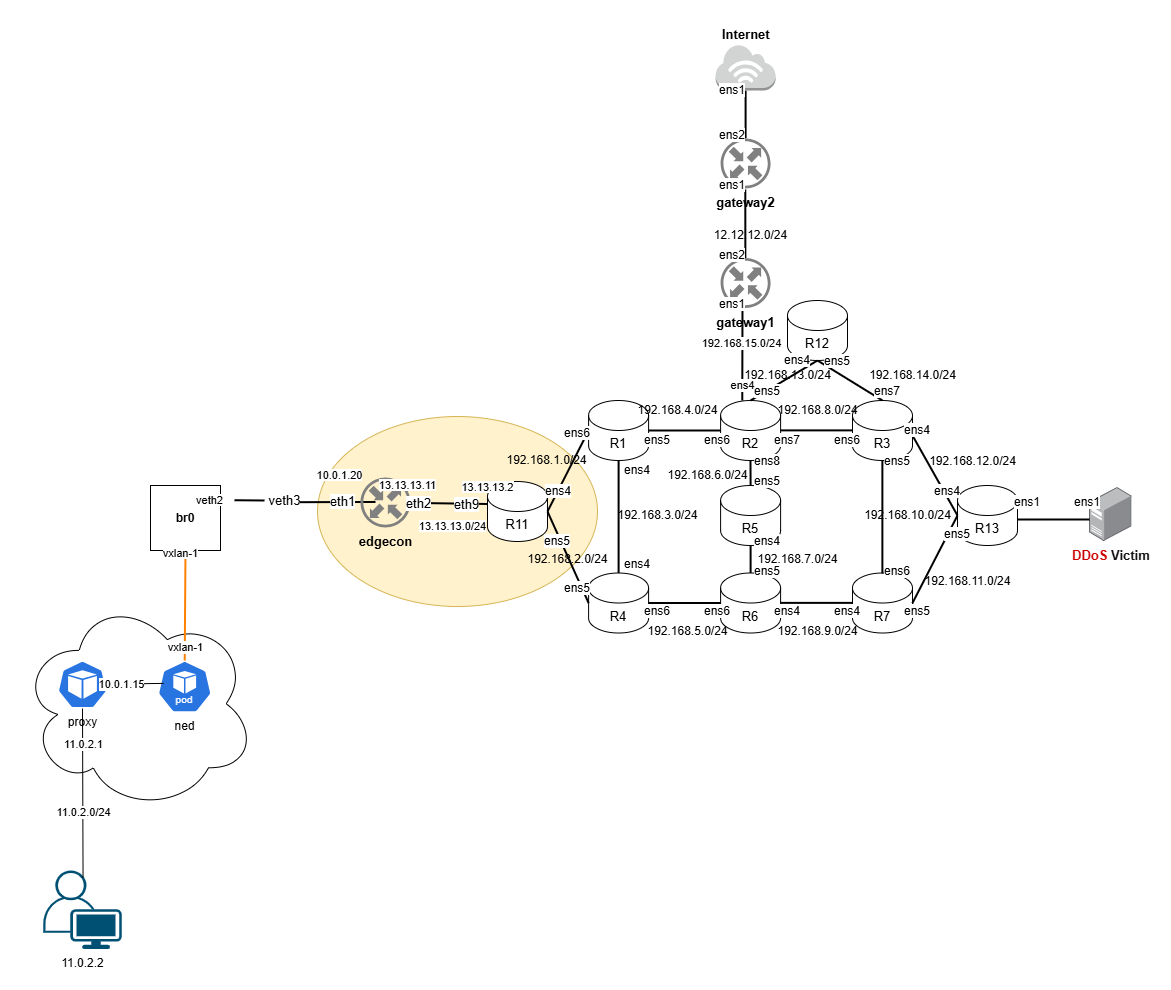
The draw.io diagram deployment-kne/mouseworld_topology/topology.png in Mouseworld-Lab/NDT-EDGE, before a commit. Source tidied: cells renumbered, new cells last; positions are measured from the earlier drawing's top-left corner, leaving out a move shared by most shapes.
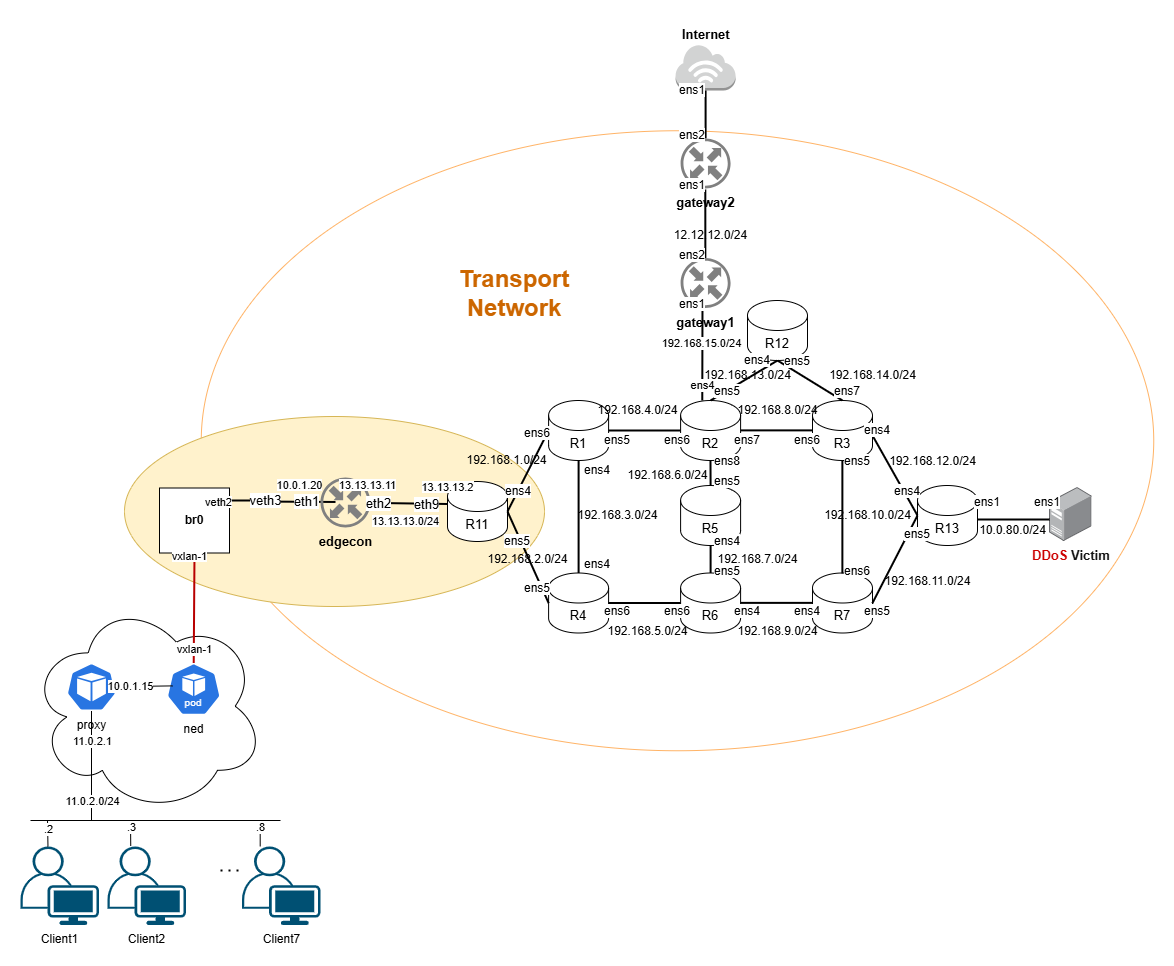
Later version of the same file.

Diff of the diagram source:
```diff
@@ -2,6 +2,18 @@
   <root>
     <mxCell id="0" />
     <mxCell id="1" parent="0" />
+    <mxCell id="118" style="ellipse;whiteSpace=wrap;html=1;strokeColor=#FFB366;" parent="1" vertex="1">
+      <mxGeometry x="220.8" y="110.2" width="952.5" height="620" as="geometry" />
+    </mxCell>
+    <mxCell id="5" style="ellipse;whiteSpace=wrap;html=1;fillColor=#fff2cc;strokeColor=#d6b656;" parent="1" vertex="1">
+      <mxGeometry x="144" y="396" width="420" height="190" as="geometry" />
+    </mxCell>
+    <mxCell id="117" style="endArrow=none;html=1;rounded=0;strokeColor=default;align=center;verticalAlign=middle;fontFamily=Helvetica;fontSize=13;fontColor=default;labelBackgroundColor=default;strokeWidth=2;fontStyle=0;endFill=0;" parent="1" edge="1">
+      <mxGeometry relative="1" as="geometry">
+        <mxPoint x="235" y="480" as="sourcePoint" />
+        <mxPoint x="274" y="480" as="targetPoint" />
+      </mxGeometry>
+    </mxCell>
     <mxCell id="2" value="&lt;font color=&quot;#cc0000&quot;&gt;&lt;span&gt;DDoS&lt;/span&gt;&lt;/font&gt;&lt;font color=&quot;#141414&quot;&gt;&lt;span&gt; Victim&lt;br&gt;&lt;/span&gt;&lt;/font&gt;" style="text;whiteSpace=wrap;html=1;fontSize=13;fontStyle=1;" parent="1" vertex="1">
       <mxGeometry x="1050.3" y="521" width="80" height="40" as="geometry" />
     </mxCell>
@@ -11,14 +23,11 @@
     <mxCell id="4" value="&lt;span style=&quot;background-color: light-dark(#ffffff, var(--ge-dark-color, #121212));&quot;&gt;ens1&lt;/span&gt;" style="text;html=1;align=center;verticalAlign=middle;whiteSpace=wrap;rounded=0;" parent="1" vertex="1">
       <mxGeometry x="1037" y="467" width="60" height="30" as="geometry" />
     </mxCell>
-    <mxCell id="5" style="ellipse;whiteSpace=wrap;html=1;fillColor=#fff2cc;strokeColor=#d6b656;" parent="1" vertex="1">
-      <mxGeometry x="297" y="396" width="280" height="190" as="geometry" />
-    </mxCell>
     <mxCell id="6" value="&lt;b&gt;br0&lt;/b&gt;" style="rounded=0;whiteSpace=wrap;html=1;" parent="1" vertex="1">
-      <mxGeometry x="130" y="465" width="70" height="65" as="geometry" />
+      <mxGeometry x="179" y="467.5" width="70" height="65" as="geometry" />
     </mxCell>
     <mxCell id="7" style="ellipse;shape=cloud;whiteSpace=wrap;html=1;" parent="1" vertex="1">
-      <mxGeometry y="576.5" width="235" height="213.5" as="geometry" />
+      <mxGeometry x="49" y="579" width="235" height="213.5" as="geometry" />
     </mxCell>
     <mxCell id="8" value="R13" style="shape=cylinder3;whiteSpace=wrap;html=1;boundedLbl=1;backgroundOutline=1;size=15;fontSize=13;fontStyle=0;" parent="1" vertex="1">
       <mxGeometry x="937" y="465" width="60" height="60" as="geometry" />
@@ -237,10 +246,10 @@
       <mxGeometry x="712" y="340" width="110" height="30" as="geometry" />
     </mxCell>
     <mxCell id="74" value="ned" style="sketch=0;html=1;dashed=0;whitespace=wrap;verticalLabelPosition=bottom;verticalAlign=top;fillColor=#2875E2;strokeColor=#ffffff;points=[[0.005,0.63,0],[0.1,0.2,0],[0.9,0.2,0],[0.5,0,0],[0.995,0.63,0],[0.72,0.99,0],[0.5,1,0],[0.28,0.99,0]];shape=mxgraph.kubernetes.icon2;kubernetesLabel=1;prIcon=pod;" parent="1" vertex="1">
-      <mxGeometry x="137" y="640" width="54.4" height="52.2" as="geometry" />
+      <mxGeometry x="186" y="642.5" width="54.4" height="52.2" as="geometry" />
     </mxCell>
     <mxCell id="75" value="proxy" style="sketch=0;html=1;dashed=0;whitespace=wrap;verticalLabelPosition=bottom;verticalAlign=top;fillColor=#2875E2;strokeColor=#ffffff;points=[[0.005,0.63,0],[0.1,0.2,0],[0.9,0.2,0],[0.5,0,0],[0.995,0.63,0],[0.72,0.99,0],[0.5,1,0],[0.28,0.99,0]];shape=mxgraph.kubernetes.icon2;prIcon=pod;" parent="1" vertex="1">
-      <mxGeometry x="37" y="640" width="50" height="48" as="geometry" />
+      <mxGeometry x="86" y="642.5" width="50" height="48" as="geometry" />
     </mxCell>
     <mxCell id="76" style="endArrow=none;html=1;rounded=0;entryX=0.114;entryY=0.438;entryDx=0;entryDy=0;entryPerimeter=0;" parent="1" edge="1" source="75" target="74">
       <mxGeometry relative="1" as="geometry" />
@@ -248,36 +257,39 @@
     <mxCell id="77" value="10.0.1.15" style="edgeLabel;html=1;align=center;verticalAlign=middle;" parent="76" vertex="1">
       <mxGeometry x="-0.5" relative="1" as="geometry" />
     </mxCell>
-    <mxCell id="78" value="11.0.2.2" style="points=[[0.35,0,0],[0.98,0.51,0],[1,0.71,0],[0.67,1,0],[0,0.795,0],[0,0.65,0]];verticalLabelPosition=bottom;sketch=0;html=1;verticalAlign=top;align=center;shape=mxgraph.cisco19.user;fillColor=#005073;strokeColor=none;" parent="1" vertex="1">
-      <mxGeometry x="22.8" y="850" width="78.5" height="78.5" as="geometry" />
-    </mxCell>
-    <mxCell id="79" style="endArrow=none;html=1;rounded=0;exitX=0.507;exitY=0.092;exitDx=0;exitDy=0;exitPerimeter=0;entryX=0.5;entryY=1;entryDx=0;entryDy=0;entryPerimeter=0;" parent="1" edge="1" source="78" target="75">
-      <mxGeometry relative="1" as="geometry" />
+    <mxCell id="79" style="endArrow=none;html=1;rounded=0;entryX=0.5;entryY=1;entryDx=0;entryDy=0;entryPerimeter=0;" parent="1" edge="1" target="75">
+      <mxGeometry relative="1" as="geometry">
+        <mxPoint x="111" y="800" as="sourcePoint" />
+      </mxGeometry>
     </mxCell>
     <mxCell id="80" value="11.0.2.0/24" style="edgeLabel;html=1;align=center;verticalAlign=middle;" parent="79" vertex="1">
-      <mxGeometry x="-0.23" relative="1" as="geometry" />
+      <mxGeometry x="-0.23" relative="1" as="geometry">
+        <mxPoint y="22" as="offset" />
+      </mxGeometry>
     </mxCell>
     <mxCell id="81" value="11.0.2.1" style="edgeLabel;html=1;align=center;verticalAlign=middle;" parent="79" vertex="1">
-      <mxGeometry x="0.58" relative="1" as="geometry" />
+      <mxGeometry x="0.58" relative="1" as="geometry">
+        <mxPoint y="7" as="offset" />
+      </mxGeometry>
     </mxCell>
-    <mxCell id="82" style="endArrow=none;html=1;rounded=0;exitX=1;exitY=0.25;exitDx=0;exitDy=0;strokeColor=default;strokeWidth=2;align=center;verticalAlign=middle;fontFamily=Helvetica;fontSize=13;fontColor=default;fontStyle=0;labelBackgroundColor=default;endFill=0;" parent="1" edge="1">
+    <mxCell id="82" style="endArrow=none;html=1;rounded=0;strokeColor=default;strokeWidth=2;align=center;verticalAlign=middle;fontFamily=Helvetica;fontSize=13;fontColor=default;fontStyle=0;labelBackgroundColor=default;endFill=0;" parent="1" edge="1">
       <mxGeometry relative="1" as="geometry">
-        <mxPoint x="266" y="481.7" as="sourcePoint" />
+        <mxPoint x="274" y="481" as="sourcePoint" />
         <mxPoint x="355" y="481.5" as="targetPoint" />
       </mxGeometry>
     </mxCell>
-    <mxCell id="83" value="veth3" style="edgeLabel;html=1;align=center;verticalAlign=middle;rounded=0;strokeColor=default;strokeWidth=2;fontFamily=Helvetica;fontSize=13;fontColor=default;fontStyle=0;labelBackgroundColor=default;" parent="82" vertex="1">
-      <mxGeometry x="0.64" relative="1" as="geometry">
-        <mxPoint x="-75" y="-2" as="offset" />
-      </mxGeometry>
-    </mxCell>
     <mxCell id="84" style="edgeLabel;html=1;align=center;verticalAlign=middle;rounded=0;strokeColor=default;strokeWidth=2;fontFamily=Helvetica;fontSize=13;fontColor=default;fontStyle=0;labelBackgroundColor=default;" parent="82" vertex="1">
       <mxGeometry x="0.47" y="1" relative="1" as="geometry" />
     </mxCell>
     <mxCell id="85" value="&lt;span style=&quot;font-size: 13px;&quot;&gt;eth1&lt;/span&gt;" style="edgeLabel;html=1;align=center;verticalAlign=middle;" parent="82" vertex="1">
       <mxGeometry x="0.25" y="1" relative="1" as="geometry" />
     </mxCell>
+    <mxCell id="83" value="veth3" style="edgeLabel;html=1;align=center;verticalAlign=middle;rounded=0;strokeColor=default;strokeWidth=2;fontFamily=Helvetica;fontSize=13;fontColor=default;fontStyle=0;labelBackgroundColor=default;" parent="82" vertex="1">
+      <mxGeometry x="0.64" relative="1" as="geometry">
+        <mxPoint x="-56" y="-2" as="offset" />
+      </mxGeometry>
+    </mxCell>
-    <mxCell id="86" style="endArrow=none;html=1;rounded=0;exitX=0.5;exitY=0;exitDx=0;exitDy=0;exitPerimeter=0;entryX=0.5;entryY=1;entryDx=0;entryDy=0;fillColor=#FFB366;strokeColor=#FF8000;strokeWidth=2;" parent="1" edge="1" source="74" target="6">
+    <mxCell id="86" style="endArrow=none;html=1;rounded=0;exitX=0.5;exitY=0;exitDx=0;exitDy=0;exitPerimeter=0;entryX=0.5;entryY=1;entryDx=0;entryDy=0;fillColor=#f8cecc;strokeColor=#B80000;strokeWidth=2;" parent="1" edge="1" source="74" target="6">
       <mxGeometry relative="1" as="geometry" />
     </mxCell>
     <mxCell id="87" value="&lt;div&gt;&lt;span style=&quot;font-size: 12px; text-wrap-mode: wrap; background-color: rgb(236, 236, 236);&quot;&gt;&lt;br&gt;&lt;/span&gt;&lt;/div&gt;" style="edgeLabel;html=1;align=center;verticalAlign=middle;" parent="86" vertex="1">
@@ -294,13 +306,13 @@
       <mxGeometry x="-0.75" relative="1" as="geometry" />
     </mxCell>
     <mxCell id="90" value="&lt;span style=&quot;font-size: 11px; background-color: rgb(255, 255, 255);&quot;&gt;10.0.1.20&lt;/span&gt;" style="text;html=1;align=center;verticalAlign=middle;strokeColor=none;fillColor=none;" parent="1" vertex="1">
-      <mxGeometry x="284" y="440" width="70" height="30" as="geometry" />
+      <mxGeometry x="284" y="450" width="70" height="30" as="geometry" />
     </mxCell>
     <mxCell id="91" value="&lt;span style=&quot;font-size: 11px; background-color: rgb(255, 255, 255);&quot;&gt;vxlan-1&lt;/span&gt;" style="text;html=1;align=center;verticalAlign=middle;strokeColor=none;fillColor=none;" parent="1" vertex="1">
-      <mxGeometry x="130" y="518" width="60" height="30" as="geometry" />
+      <mxGeometry x="179" y="520.5" width="60" height="30" as="geometry" />
     </mxCell>
     <mxCell id="92" value="&lt;span style=&quot;font-size: 11px; background-color: rgb(255, 255, 255);&quot;&gt;veth2&lt;/span&gt;" style="text;html=1;align=center;verticalAlign=middle;points=[];strokeColor=none;fillColor=none;" parent="1" vertex="1">
-      <mxGeometry x="164" y="464.5" width="50" height="30" as="geometry" />
+      <mxGeometry x="213" y="467" width="50" height="30" as="geometry" />
     </mxCell>
     <mxCell id="93" style="endArrow=none;html=1;rounded=0;exitX=0.5;exitY=0;exitDx=0;exitDy=0;exitPerimeter=0;strokeColor=default;strokeWidth=2;align=center;verticalAlign=middle;fontFamily=Helvetica;fontSize=13;fontColor=default;labelBackgroundColor=default;endFill=0;fontStyle=0;" parent="1" edge="1">
       <mxGeometry relative="1" as="geometry">
@@ -375,7 +387,7 @@
       <mxGeometry x="-0.8" relative="1" as="geometry" />
     </mxCell>
     <mxCell id="114" value="&lt;span style=&quot;font-size: 11px; background-color: rgb(255, 255, 255);&quot;&gt;13.13.13.0/24&lt;/span&gt;" style="text;html=1;align=center;verticalAlign=middle;strokeColor=none;fillColor=none;" parent="1" vertex="1">
-      <mxGeometry x="387" y="491" width="90" height="30" as="geometry" />
+      <mxGeometry x="380" y="486" width="90" height="30" as="geometry" />
     </mxCell>
     <mxCell id="115" value="&lt;span style=&quot;font-size: 11px; background-color: rgb(255, 255, 255);&quot;&gt;13.13.13.11&lt;/span&gt;" style="text;html=1;align=center;verticalAlign=middle;strokeColor=none;fillColor=none;" parent="1" vertex="1">
       <mxGeometry x="347" y="450" width="80" height="30" as="geometry" />
@@ -383,10 +395,57 @@
     <mxCell id="116" value="&lt;span style=&quot;font-size: 11px; background-color: rgb(255, 255, 255);&quot;&gt;13.13.13.2&lt;/span&gt;" style="text;html=1;align=center;verticalAlign=middle;strokeColor=none;fillColor=none;" parent="1" vertex="1">
       <mxGeometry x="427" y="452" width="80" height="30" as="geometry" />
     </mxCell>
-    <mxCell id="117" style="endArrow=none;html=1;rounded=0;strokeColor=default;align=center;verticalAlign=middle;fontFamily=Helvetica;fontSize=13;fontColor=default;labelBackgroundColor=default;strokeWidth=2;fontStyle=0;endFill=0;" parent="1" edge="1" source="92">
-      <mxGeometry relative="1" as="geometry">
-        <mxPoint x="244" y="480" as="targetPoint" />
-      </mxGeometry>
-    </mxCell>
+    <mxCell id="119" value="10.0.80.0/24" style="text;html=1;align=center;verticalAlign=middle;strokeColor=none;fillColor=none;" parent="1" vertex="1">
+      <mxGeometry x="987" y="495" width="90" height="30" as="geometry" />
+    </mxCell>
+    <mxCell id="120" value="&lt;span style=&quot;font-size: 24px;&quot;&gt;&lt;b style=&quot;&quot;&gt;&lt;font style=&quot;color: rgb(204, 102, 0);&quot;&gt;Transport&lt;/font&gt;&lt;/b&gt;&lt;/span&gt;&lt;div&gt;&lt;b style=&quot;font-size: 24px;&quot;&gt;&lt;font style=&quot;color: rgb(204, 102, 0);&quot;&gt;Network&lt;/font&gt;&lt;/b&gt;&lt;span style=&quot;font-size: 24px;&quot;&gt;&lt;b style=&quot;&quot;&gt;&lt;font style=&quot;color: rgb(204, 102, 0);&quot;&gt;&lt;/font&gt;&lt;/b&gt;&lt;/span&gt;&lt;/div&gt;" style="text;html=1;align=center;verticalAlign=middle;whiteSpace=wrap;rounded=0;" parent="1" vertex="1">
+      <mxGeometry x="504" y="257.5" width="60" height="30" as="geometry" />
+    </mxCell>
+    <mxCell id="121" value="Client1" style="points=[[0.35,0,0],[0.98,0.51,0],[1,0.71,0],[0.67,1,0],[0,0.795,0],[0,0.65,0]];verticalLabelPosition=bottom;sketch=0;html=1;verticalAlign=top;align=center;shape=mxgraph.cisco19.user;fillColor=#005073;strokeColor=none;" parent="1" vertex="1">
+      <mxGeometry x="40" y="826" width="78.5" height="78.5" as="geometry" />
+    </mxCell>
+    <mxCell id="122" value="Client2" style="points=[[0.35,0,0],[0.98,0.51,0],[1,0.71,0],[0.67,1,0],[0,0.795,0],[0,0.65,0]];verticalLabelPosition=bottom;sketch=0;html=1;verticalAlign=top;align=center;shape=mxgraph.cisco19.user;fillColor=#005073;strokeColor=none;" parent="1" vertex="1">
+      <mxGeometry x="127" y="826" width="78.5" height="78.5" as="geometry" />
+    </mxCell>
+    <mxCell id="123" value="Client7" style="verticalLabelPosition=bottom;sketch=0;html=1;verticalAlign=top;align=center;shape=mxgraph.cisco19.user;fillColor=#005073;strokeColor=none;" parent="1" vertex="1">
+      <mxGeometry x="261.5" y="826" width="78.5" height="78.5" as="geometry" />
+    </mxCell>
+    <mxCell id="124" style="endArrow=none;html=1;rounded=0;" parent="1" edge="1">
+      <mxGeometry relative="1" as="geometry">
+        <mxPoint x="300" y="800" as="sourcePoint" />
+        <mxPoint x="50" y="800" as="targetPoint" />
+      </mxGeometry>
+    </mxCell>
+    <mxCell id="125" style="endArrow=none;dashed=1;html=1;dashPattern=1 3;strokeWidth=2;rounded=0;" parent="1" edge="1">
+      <mxGeometry relative="1" as="geometry">
+        <mxPoint x="240" y="850" as="sourcePoint" />
+        <mxPoint x="260" y="850" as="targetPoint" />
+      </mxGeometry>
+    </mxCell>
+    <mxCell id="126" style="endArrow=none;html=1;rounded=0;exitX=0.35;exitY=0;exitDx=0;exitDy=0;exitPerimeter=0;" parent="1" edge="1" source="121">
+      <mxGeometry relative="1" as="geometry">
+        <mxPoint x="67" y="800" as="targetPoint" />
+      </mxGeometry>
+    </mxCell>
+    <mxCell id="127" value=".2" style="edgeLabel;html=1;align=center;verticalAlign=middle;" parent="126" vertex="1">
+      <mxGeometry x="0.35" relative="1" as="geometry" />
+    </mxCell>
+    <mxCell id="128" style="endArrow=none;html=1;rounded=0;exitX=0.727;exitY=-0.003;exitDx=0;exitDy=0;exitPerimeter=0;" parent="1" edge="1">
+      <mxGeometry relative="1" as="geometry">
+        <mxPoint x="279.7" y="826" as="sourcePoint" />
+        <mxPoint x="279.7" y="800" as="targetPoint" />
+      </mxGeometry>
+    </mxCell>
+    <mxCell id="129" value=".8" style="edgeLabel;html=1;align=center;verticalAlign=middle;" parent="128" vertex="1">
+      <mxGeometry x="0.53" relative="1" as="geometry" />
+    </mxCell>
+    <mxCell id="130" style="endArrow=none;html=1;rounded=0;exitX=0.296;exitY=-0.007;exitDx=0;exitDy=0;exitPerimeter=0;" parent="1" edge="1" source="122">
+      <mxGeometry relative="1" as="geometry">
+        <mxPoint x="150" y="800" as="targetPoint" />
+      </mxGeometry>
+    </mxCell>
+    <mxCell id="131" value=".3" style="edgeLabel;html=1;align=center;verticalAlign=middle;" parent="130" vertex="1">
+      <mxGeometry x="0.46" relative="1" as="geometry" />
+    </mxCell>
   </root>
 </mxGraphModel>
```
